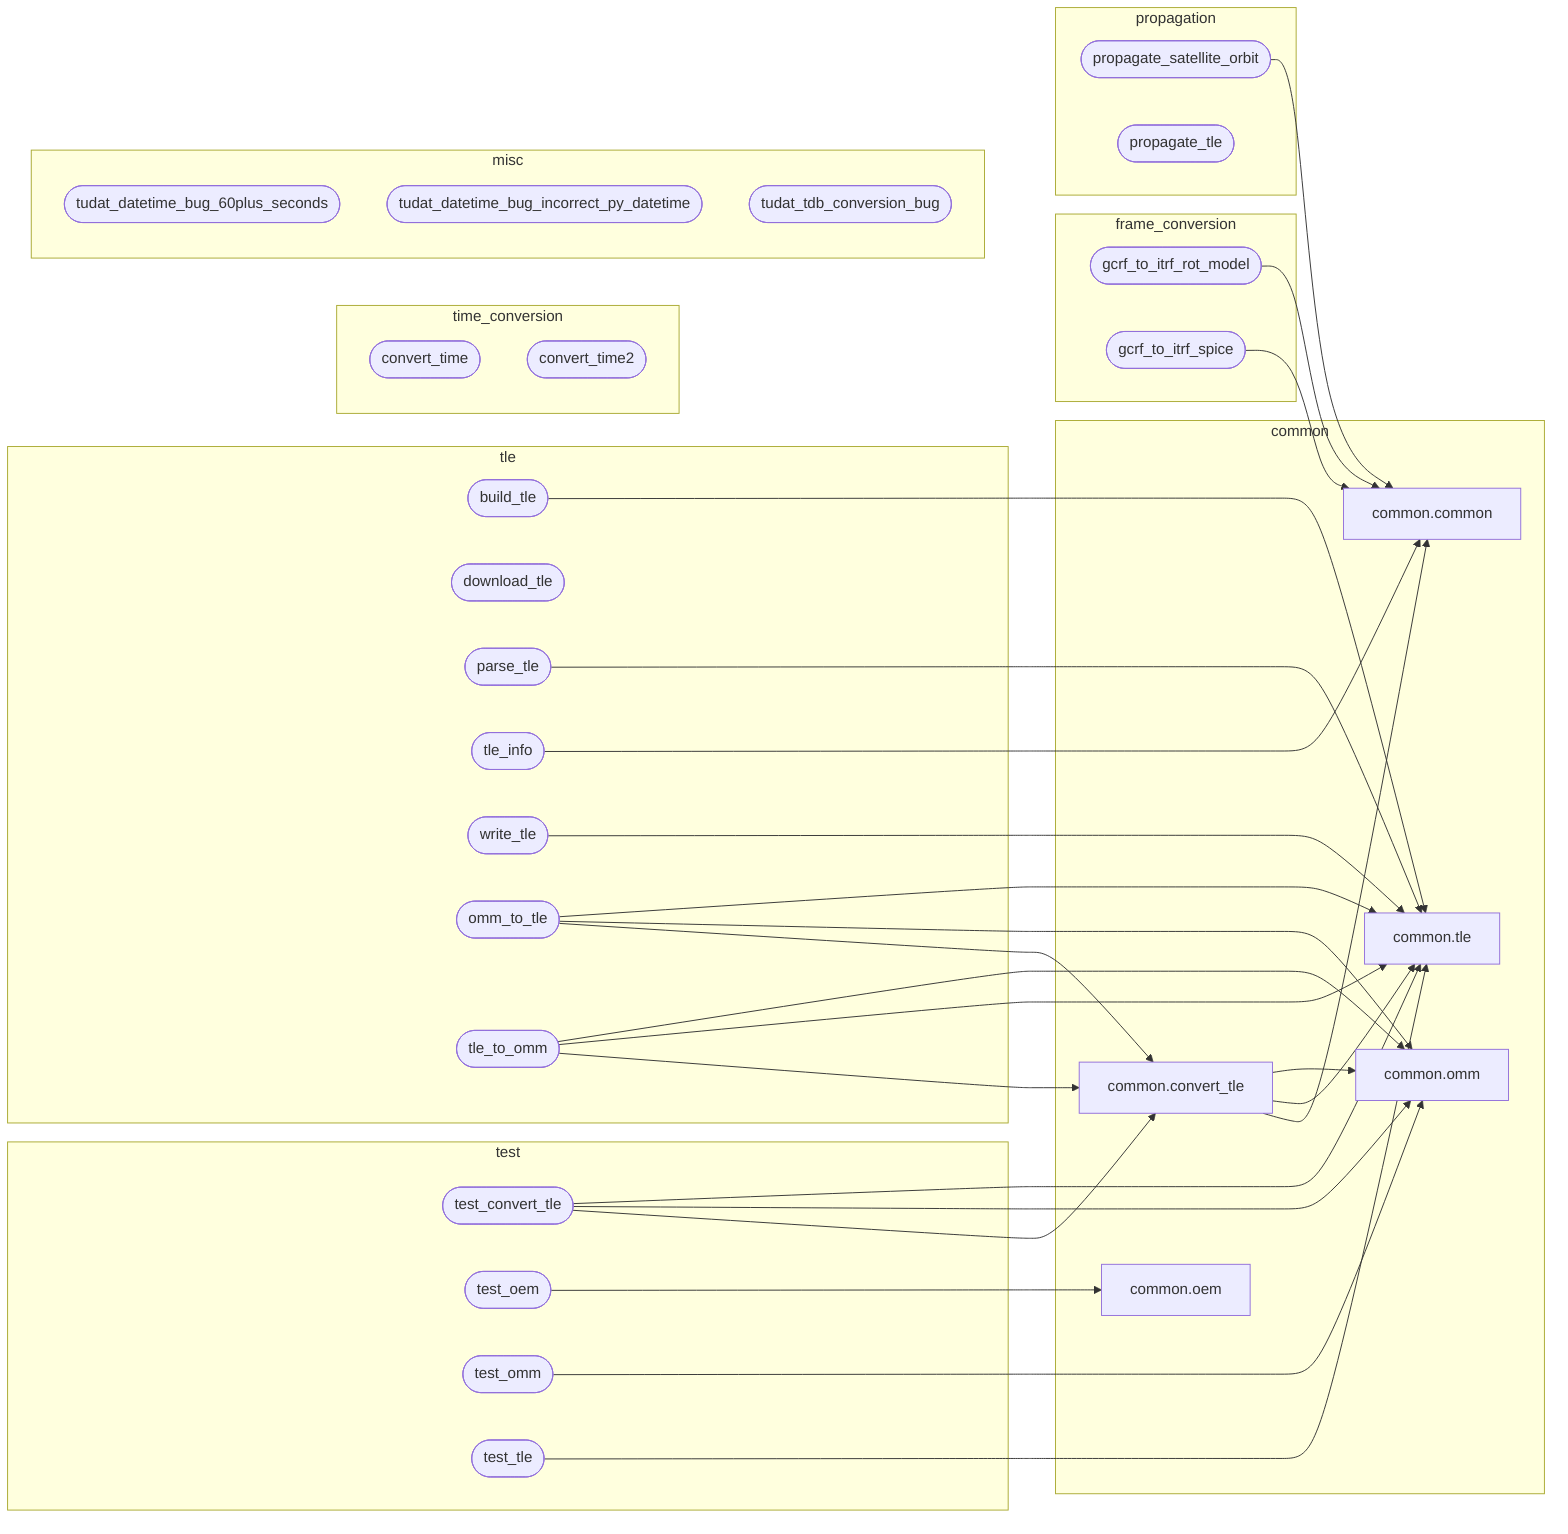
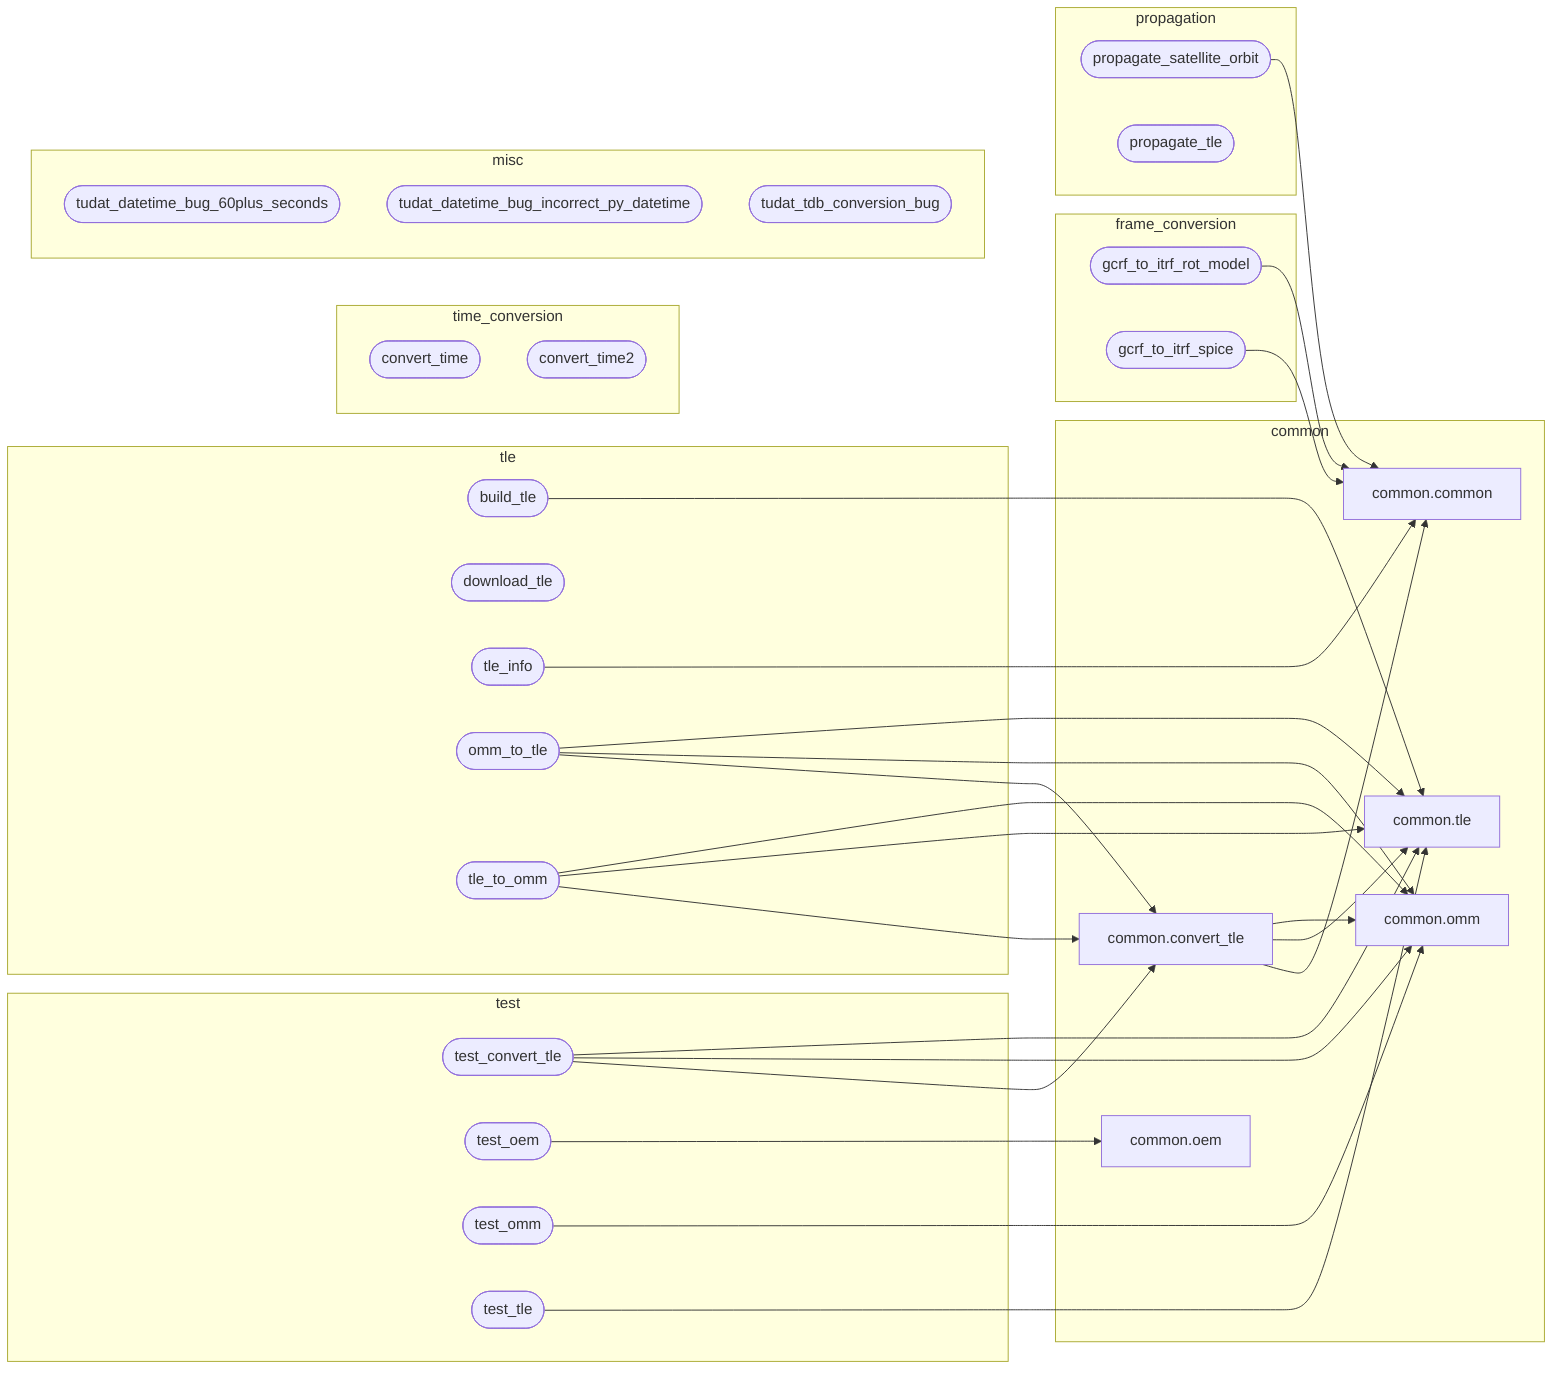
---
config:
  flowchart:
    curve: basis
---
graph LR

%% Internal Python module dependencies
%% Standalone scripts use stadium shape ([...])
%% Library modules use default rectangle shape [...]

    subgraph common
        mod_common_common[common.common]
        mod_common_oem[common.oem]
        mod_common_tle[common.tle]
        mod_common_omm[common.omm]
        mod_common_convert_tle[common.convert_tle]
    end

    subgraph frame_conversion
        mod_frame_conversion_gcrf_to_itrf_rot_model([gcrf_to_itrf_rot_model])
        mod_frame_conversion_gcrf_to_itrf_spice([gcrf_to_itrf_spice])
    end

    subgraph propagation
        mod_propagation_propagate_satellite_orbit([propagate_satellite_orbit])
        mod_propagation_propagate_tle([propagate_tle])
    end

    subgraph tle
        mod_tle_build_tle([build_tle])
        mod_tle_download_tle([download_tle])
-         mod_tle_parse_tle([parse_tle])
        mod_tle_tle_info([tle_info])
-         mod_tle_write_tle([write_tle])
        mod_tle_omm_to_tle([omm_to_tle])
        mod_tle_tle_to_omm([tle_to_omm])
    end

    subgraph test
        mod_test_test_convert_tle([test_convert_tle])
        mod_test_test_oem([test_oem])
        mod_test_test_omm([test_omm])
        mod_test_test_tle([test_tle])
    end

    subgraph time_conversion
        mod_time_conversion_tools_convert_time([convert_time])
        mod_time_conversion_tools_convert_time2([convert_time2])
    end

    subgraph misc
        mod_misc_tudat_datetime_bug_60plus_seconds([tudat_datetime_bug_60plus_seconds])
        mod_misc_tudat_datetime_bug_incorrect_py_datetime([tudat_datetime_bug_incorrect_py_datetime])
        mod_misc_tudat_tdb_conversion_bug([tudat_tdb_conversion_bug])
    end

    %% Edges
    mod_common_convert_tle --> mod_common_common
    mod_common_convert_tle --> mod_common_tle
    mod_common_convert_tle --> mod_common_omm
    mod_frame_conversion_gcrf_to_itrf_rot_model --> mod_common_common
    mod_frame_conversion_gcrf_to_itrf_spice --> mod_common_common
    mod_propagation_propagate_satellite_orbit --> mod_common_common
    mod_test_test_convert_tle --> mod_common_convert_tle
    mod_test_test_convert_tle --> mod_common_omm
    mod_test_test_convert_tle --> mod_common_tle
    mod_test_test_oem --> mod_common_oem
    mod_test_test_omm --> mod_common_omm
    mod_test_test_tle --> mod_common_tle
    mod_tle_build_tle --> mod_common_tle
    mod_tle_omm_to_tle --> mod_common_convert_tle
    mod_tle_omm_to_tle --> mod_common_omm
    mod_tle_omm_to_tle --> mod_common_tle
-     mod_tle_parse_tle --> mod_common_tle
    mod_tle_tle_info --> mod_common_common
    mod_tle_tle_to_omm --> mod_common_convert_tle
    mod_tle_tle_to_omm --> mod_common_tle
    mod_tle_tle_to_omm --> mod_common_omm
-     mod_tle_write_tle --> mod_common_tle
